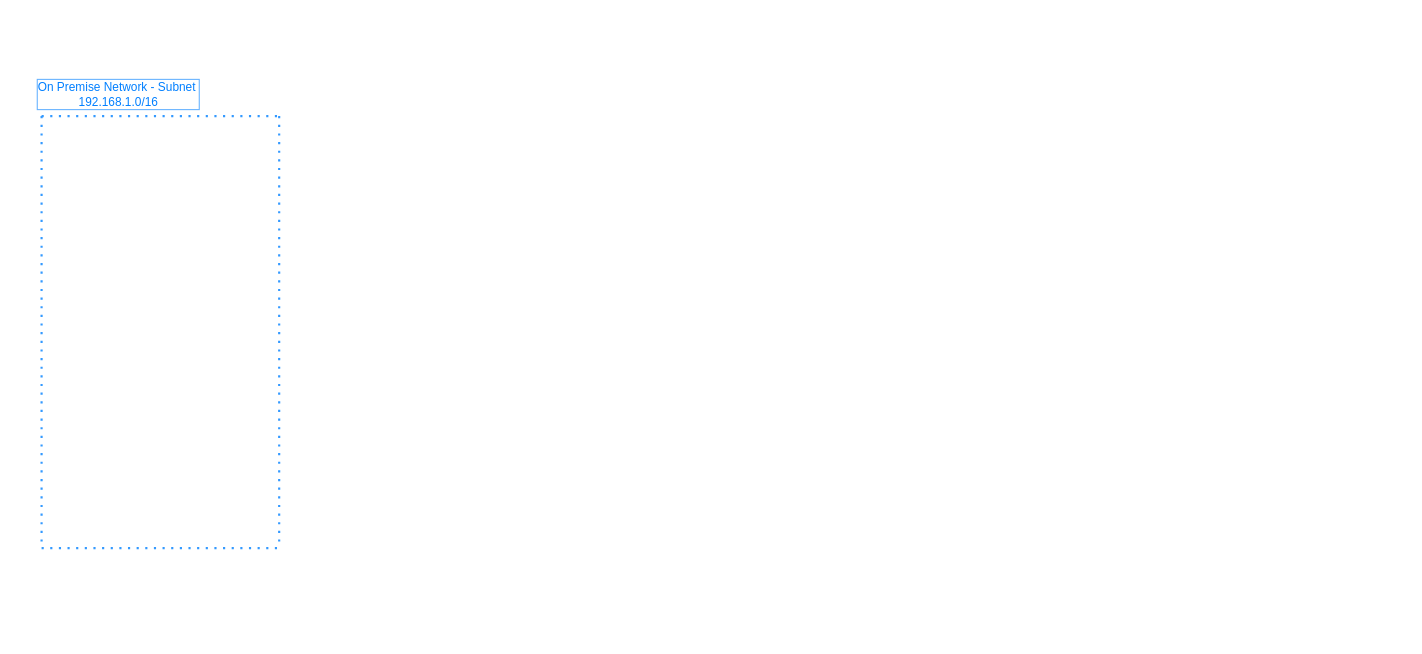
Above: assets/Untitled Diagram.drawio in AnkurMadaan/AnkurMadaan.github.io (draw.io), before the change. Source tidied: cells renumbered, new cells numbered last; positions are measured from the earlier drawing's top-left corner, leaving out a move shared by most shapes. Both pictures are drawn from the tidied source at 108%, with x=0, y=0 at pixel (41, 116). Pictures stored in the file or linked from it are replaced by grey dashed boxes.
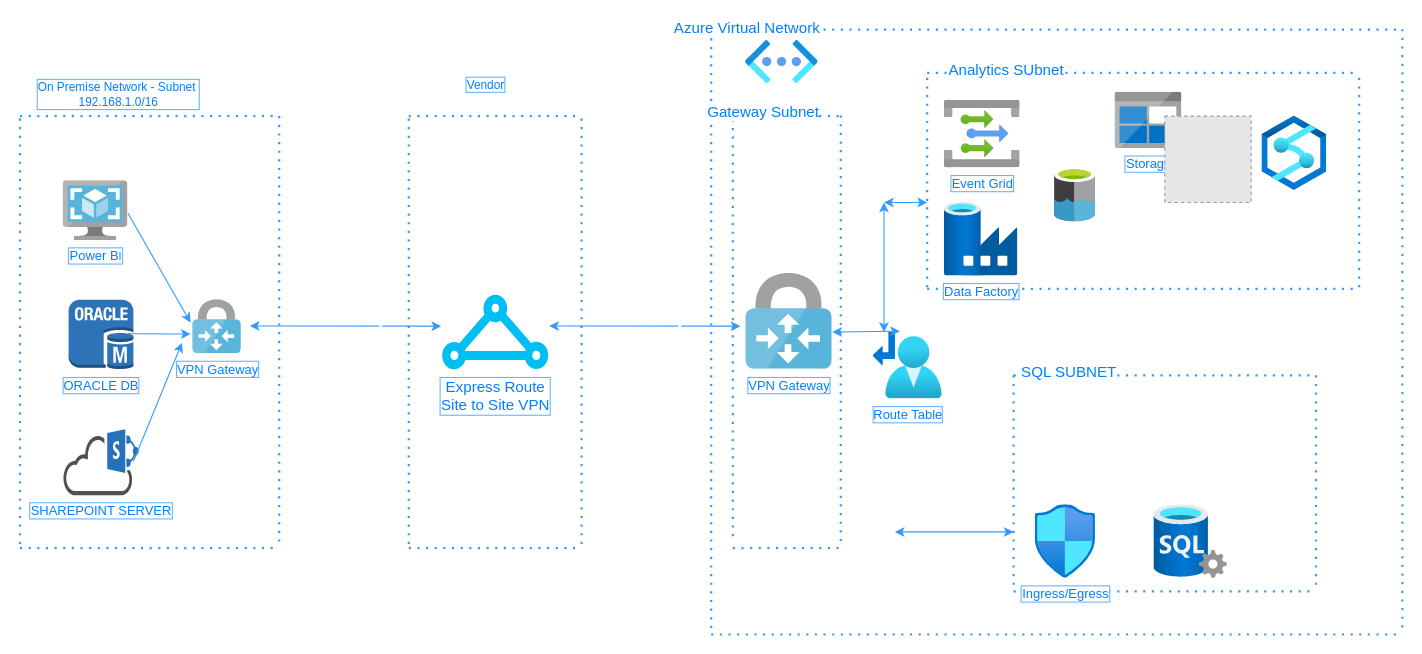
Above is the later version.

Change to the diagram source:
```diff
@@
     <mxCell id="2" style="endArrow=none;dashed=1;html=1;dashPattern=1 3;strokeWidth=2;rounded=0;strokeColor=#3399FF;" parent="1" edge="1">
       <mxGeometry relative="1" as="geometry">
-        <mxPoint as="sourcePoint" />
+        <mxPoint x="-20" as="sourcePoint" />
         <mxPoint x="220" as="targetPoint" />
       </mxGeometry>
     </mxCell>
     <mxCell id="3" style="endArrow=none;dashed=1;html=1;dashPattern=1 3;strokeWidth=2;rounded=0;strokeColor=#3399FF;" parent="1" edge="1">
       <mxGeometry relative="1" as="geometry">
-        <mxPoint as="sourcePoint" />
-        <mxPoint y="400" as="targetPoint" />
+        <mxPoint x="-20" y="2.2" as="sourcePoint" />
+        <mxPoint x="-20" y="402.2" as="targetPoint" />
       </mxGeometry>
     </mxCell>
@@
     <mxCell id="6" style="endArrow=none;dashed=1;html=1;dashPattern=1 3;strokeWidth=2;rounded=0;strokeColor=#3399FF;" parent="1" edge="1">
       <mxGeometry relative="1" as="geometry">
-        <mxPoint y="400" as="sourcePoint" />
+        <mxPoint x="-20" y="400" as="sourcePoint" />
         <mxPoint x="220" y="400" as="targetPoint" />
       </mxGeometry>
     </mxCell>
+    <mxCell id="7" value="ORACLE DB" style="dashed=0;verticalLabelPosition=bottom;verticalAlign=top;align=center;html=1;shape=mxgraph.aws3.oracle_db_instance;fillColor=#2E73B8;gradientColor=none;labelBorderColor=#66B2FF;fontColor=#007FFF;" parent="1" vertex="1">
+      <mxGeometry x="25" y="170" width="60" height="64.5" as="geometry" />
+    </mxCell>
+    <mxCell id="8" value="SHAREPOINT SERVER" style="sketch=0;shadow=0;dashed=0;html=1;strokeColor=none;fillColor=#505050;labelPosition=center;verticalLabelPosition=bottom;verticalAlign=top;align=center;shape=mxgraph.office.clouds.cloud_sharepoint;labelBorderColor=#66B2FF;fontColor=#007FFF;" parent="1" vertex="1">
+      <mxGeometry x="20" y="290" width="70" height="61" as="geometry" />
+    </mxCell>
+    <mxCell id="9" value="Power B&lt;font size=&quot;1&quot;&gt;I&lt;/font&gt;" style="sketch=0;html=1;align=center;image;fontSize=12;image=img/lib/mscae/VM_Images.svg;labelBorderColor=#66B2FF;fontColor=#007FFF;" parent="1" vertex="1">
+      <mxGeometry x="20" y="60" width="60" height="55.2" as="geometry" />
+    </mxCell>
+    <mxCell id="10" value="VPN Gateway" style="sketch=0;html=1;points=[];align=center;image;fontSize=12;image=img/lib/mscae/VPN_Gateway.svg;labelBorderColor=#66B2FF;fontColor=#007FFF;" parent="1" vertex="1">
+      <mxGeometry x="140" y="170" width="45" height="50" as="geometry" />
+    </mxCell>
+    <mxCell id="11" style="endArrow=none;dashed=1;html=1;dashPattern=1 3;strokeWidth=2;rounded=0;strokeColor=#3399FF;" parent="1" edge="1">
+      <mxGeometry relative="1" as="geometry">
+        <mxPoint x="340" y="2.2" as="sourcePoint" />
+        <mxPoint x="340" y="402.2" as="targetPoint" />
+      </mxGeometry>
+    </mxCell>
+    <mxCell id="12" style="endArrow=none;dashed=1;html=1;dashPattern=1 3;strokeWidth=2;rounded=0;strokeColor=#3399FF;" parent="1" edge="1">
+      <mxGeometry relative="1" as="geometry">
+        <mxPoint x="500" y="2.2" as="sourcePoint" />
+        <mxPoint x="500" y="402.2" as="targetPoint" />
+      </mxGeometry>
+    </mxCell>
+    <mxCell id="13" style="endArrow=none;dashed=1;html=1;dashPattern=1 3;strokeWidth=2;rounded=0;strokeColor=#3399FF;" parent="1" edge="1">
+      <mxGeometry relative="1" as="geometry">
+        <mxPoint x="340" y="400" as="sourcePoint" />
+        <mxPoint x="500" y="400" as="targetPoint" />
+      </mxGeometry>
+    </mxCell>
+    <mxCell id="14" style="endArrow=none;dashed=1;html=1;dashPattern=1 3;strokeWidth=2;rounded=0;strokeColor=#3399FF;" parent="1" edge="1">
+      <mxGeometry relative="1" as="geometry">
+        <mxPoint x="340" as="sourcePoint" />
+        <mxPoint x="500" as="targetPoint" />
+      </mxGeometry>
+    </mxCell>
+    <mxCell id="15" style="endArrow=classic;html=1;rounded=0;fontSize=14;fontColor=#007FFF;strokeColor=#3399FF;entryX=-0.047;entryY=0.422;entryDx=0;entryDy=0;entryPerimeter=0;" parent="1" edge="1" target="10">
+      <mxGeometry relative="1" as="geometry">
+        <mxPoint x="80" y="90" as="sourcePoint" />
+      </mxGeometry>
+    </mxCell>
+    <mxCell id="16" style="endArrow=classic;html=1;rounded=0;fontSize=14;fontColor=#007FFF;strokeColor=#3399FF;" parent="1" edge="1">
+      <mxGeometry relative="1" as="geometry">
+        <mxPoint x="80" y="201.6" as="sourcePoint" />
+        <mxPoint x="138" y="201.7" as="targetPoint" />
+      </mxGeometry>
+    </mxCell>
+    <mxCell id="17" style="endArrow=classic;html=1;rounded=0;fontSize=14;fontColor=#007FFF;strokeColor=#3399FF;" parent="1" edge="1">
+      <mxGeometry relative="1" as="geometry">
+        <mxPoint x="85" y="319.8" as="sourcePoint" />
+        <mxPoint x="130" y="210" as="targetPoint" />
+      </mxGeometry>
+    </mxCell>
+    <mxCell id="18" value="Vendor" style="edgeLabel;html=1;align=center;verticalAlign=middle;labelBorderColor=#66B2FF;fontColor=#007FFF;" parent="1" vertex="1">
+      <mxGeometry x="410" y="-30" as="geometry" />
+    </mxCell>
+    <mxCell id="19" value="Express Route&lt;br&gt;Site to Site VPN" style="verticalLabelPosition=bottom;html=1;verticalAlign=top;align=center;strokeColor=none;fillColor=#00BEF2;shape=mxgraph.azure.express_route;labelBorderColor=#66B2FF;fontSize=14;fontColor=#007FFF;" parent="1" vertex="1">
+      <mxGeometry x="370" y="164.5" width="100" height="70" as="geometry" />
+    </mxCell>
+    <mxCell id="20" style="endArrow=classic;startArrow=classic;html=1;rounded=0;fontSize=14;fontColor=#007FFF;strokeColor=#3399FF;entryX=-0.028;entryY=0.52;entryDx=0;entryDy=0;entryPerimeter=0;" parent="1" edge="1">
+      <mxGeometry relative="1" as="geometry">
+        <mxPoint x="192.8" y="194.3" as="sourcePoint" />
+        <mxPoint x="370" y="194.5" as="targetPoint" />
+      </mxGeometry>
+    </mxCell>
+    <mxCell id="21" value="&amp;nbsp;" style="edgeLabel;html=1;align=center;verticalAlign=middle;fontSize=14;fontColor=#007FFF;" parent="20" vertex="1">
+      <mxGeometry x="0.36" y="-2" relative="1" as="geometry">
+        <mxPoint x="1" as="offset" />
+      </mxGeometry>
+    </mxCell>
+    <mxCell id="22" style="endArrow=none;dashed=1;html=1;dashPattern=1 3;strokeWidth=2;rounded=0;strokeColor=#3399FF;" parent="1" edge="1">
+      <mxGeometry relative="1" as="geometry">
+        <mxPoint x="620" y="-80" as="sourcePoint" />
+        <mxPoint x="620" y="480" as="targetPoint" />
+      </mxGeometry>
+    </mxCell>
+    <mxCell id="23" style="endArrow=none;dashed=1;html=1;dashPattern=1 3;strokeWidth=2;rounded=0;strokeColor=#3399FF;" parent="1" edge="1">
+      <mxGeometry relative="1" as="geometry">
+        <mxPoint x="1260" y="-80.5" as="sourcePoint" />
+        <mxPoint x="1260" y="479.5" as="targetPoint" />
+      </mxGeometry>
+    </mxCell>
+    <mxCell id="24" style="endArrow=none;dashed=1;html=1;dashPattern=1 3;strokeWidth=2;rounded=0;strokeColor=#3399FF;" parent="1" edge="1">
+      <mxGeometry relative="1" as="geometry">
+        <mxPoint x="620" y="-80" as="sourcePoint" />
+        <mxPoint x="1260" y="-80" as="targetPoint" />
+      </mxGeometry>
+    </mxCell>
+    <mxCell id="25" value="Azure Virtual Network" style="edgeLabel;html=1;align=center;verticalAlign=middle;fontSize=14;fontColor=#007FFF;" parent="24" vertex="1">
+      <mxGeometry x="-0.9" y="2" relative="1" as="geometry" />
+    </mxCell>
+    <mxCell id="26" style="endArrow=none;dashed=1;html=1;dashPattern=1 3;strokeWidth=2;rounded=0;strokeColor=#3399FF;" parent="1" edge="1">
+      <mxGeometry relative="1" as="geometry">
+        <mxPoint x="620" y="480" as="sourcePoint" />
+        <mxPoint x="1260" y="480" as="targetPoint" />
+      </mxGeometry>
+    </mxCell>
+    <mxCell id="27" value="VPN Gateway" style="sketch=0;html=1;align=center;image;fontSize=12;image=img/lib/mscae/VPN_Gateway.svg;labelBorderColor=#66B2FF;fontColor=#007FFF;" parent="1" vertex="1">
+      <mxGeometry x="652.1" y="145.6" width="80" height="88.9" as="geometry" />
+    </mxCell>
+    <mxCell id="28" style="endArrow=classic;startArrow=classic;html=1;rounded=0;fontSize=14;fontColor=#007FFF;strokeColor=#3399FF;entryX=-0.028;entryY=0.52;entryDx=0;entryDy=0;entryPerimeter=0;" parent="1" edge="1">
+      <mxGeometry relative="1" as="geometry">
+        <mxPoint x="470" y="194.3" as="sourcePoint" />
+        <mxPoint x="647.2" y="194.5" as="targetPoint" />
+      </mxGeometry>
+    </mxCell>
+    <mxCell id="29" value="&amp;nbsp;" style="edgeLabel;html=1;align=center;verticalAlign=middle;fontSize=14;fontColor=#007FFF;" parent="28" vertex="1">
+      <mxGeometry x="0.36" y="-2" relative="1" as="geometry">
+        <mxPoint x="1" as="offset" />
+      </mxGeometry>
+    </mxCell>
+    <mxCell id="30" style="html=1;align=center;image;fontSize=12;image=img/lib/azure2/networking/Virtual_Networks_Classic.svg;labelBorderColor=#66B2FF;fontColor=#007FFF;" parent="1" vertex="1">
+      <mxGeometry x="652" y="-70" width="67" height="40" as="geometry" />
+    </mxCell>
+    <mxCell id="31" style="endArrow=none;dashed=1;html=1;dashPattern=1 3;strokeWidth=2;rounded=0;strokeColor=#3399FF;" parent="1" edge="1">
+      <mxGeometry relative="1" as="geometry">
+        <mxPoint x="640" y="-5" as="sourcePoint" />
+        <mxPoint x="640" y="395" as="targetPoint" />
+      </mxGeometry>
+    </mxCell>
+    <mxCell id="32" style="endArrow=none;dashed=1;html=1;dashPattern=1 3;strokeWidth=2;rounded=0;strokeColor=#3399FF;" parent="1" edge="1">
+      <mxGeometry relative="1" as="geometry">
+        <mxPoint x="640" y="400" as="sourcePoint" />
+        <mxPoint x="740" y="400" as="targetPoint" />
+      </mxGeometry>
+    </mxCell>
+    <mxCell id="33" style="endArrow=none;dashed=1;html=1;dashPattern=1 3;strokeWidth=2;rounded=0;strokeColor=#3399FF;" parent="1" edge="1">
+      <mxGeometry relative="1" as="geometry">
+        <mxPoint x="740" y="-0.5" as="sourcePoint" />
+        <mxPoint x="740" y="399.5" as="targetPoint" />
+      </mxGeometry>
+    </mxCell>
+    <mxCell id="34" style="endArrow=none;dashed=1;html=1;dashPattern=1 3;strokeWidth=2;rounded=0;strokeColor=#3399FF;" parent="1" edge="1">
+      <mxGeometry relative="1" as="geometry">
+        <mxPoint x="640" as="sourcePoint" />
+        <mxPoint x="740" as="targetPoint" />
+      </mxGeometry>
+    </mxCell>
+    <mxCell id="35" value="Gateway Subnet" style="edgeLabel;html=1;align=center;verticalAlign=middle;fontSize=14;fontColor=#007FFF;" parent="34" vertex="1">
+      <mxGeometry x="-0.47" y="5" relative="1" as="geometry" />
+    </mxCell>
+    <mxCell id="36" style="endArrow=none;dashed=1;html=1;dashPattern=1 3;strokeWidth=2;rounded=0;strokeColor=#3399FF;" parent="1" edge="1">
+      <mxGeometry relative="1" as="geometry">
+        <mxPoint x="900" y="240" as="sourcePoint" />
+        <mxPoint x="900" y="440" as="targetPoint" />
+      </mxGeometry>
+    </mxCell>
+    <mxCell id="37" style="endArrow=none;dashed=1;html=1;dashPattern=1 3;strokeWidth=2;rounded=0;strokeColor=#3399FF;" parent="1" edge="1">
+      <mxGeometry relative="1" as="geometry">
+        <mxPoint x="1180" y="240" as="sourcePoint" />
+        <mxPoint x="1180" y="440" as="targetPoint" />
+      </mxGeometry>
+    </mxCell>
+    <mxCell id="38" style="endArrow=none;dashed=1;html=1;dashPattern=1 3;strokeWidth=2;rounded=0;strokeColor=#3399FF;" parent="1" edge="1">
+      <mxGeometry relative="1" as="geometry">
+        <mxPoint x="900" y="440" as="sourcePoint" />
+        <mxPoint x="1180" y="440" as="targetPoint" />
+      </mxGeometry>
+    </mxCell>
+    <mxCell id="39" style="endArrow=none;dashed=1;html=1;dashPattern=1 3;strokeWidth=2;rounded=0;strokeColor=#3399FF;" parent="1" edge="1">
+      <mxGeometry relative="1" as="geometry">
+        <mxPoint x="900" y="240" as="sourcePoint" />
+        <mxPoint x="1180" y="240" as="targetPoint" />
+      </mxGeometry>
+    </mxCell>
+    <mxCell id="40" value="SQL SUBNET" style="edgeLabel;html=1;align=center;verticalAlign=middle;fontSize=14;fontColor=#007FFF;" parent="39" vertex="1">
+      <mxGeometry x="-0.64" y="4" relative="1" as="geometry" />
+    </mxCell>
+    <mxCell id="41" style="endArrow=none;dashed=1;html=1;dashPattern=1 3;strokeWidth=2;rounded=0;strokeColor=#3399FF;" parent="1" edge="1">
+      <mxGeometry relative="1" as="geometry">
+        <mxPoint x="820" y="-40" as="sourcePoint" />
+        <mxPoint x="1220" y="-40" as="targetPoint" />
+      </mxGeometry>
+    </mxCell>
+    <mxCell id="42" value="Analytics SUbnet" style="edgeLabel;html=1;align=center;verticalAlign=middle;fontSize=14;fontColor=#007FFF;" parent="41" vertex="1">
+      <mxGeometry x="-0.64" y="4" relative="1" as="geometry" />
+    </mxCell>
+    <mxCell id="43" style="endArrow=none;dashed=1;html=1;dashPattern=1 3;strokeWidth=2;rounded=0;strokeColor=#3399FF;" parent="1" edge="1">
+      <mxGeometry relative="1" as="geometry">
+        <mxPoint x="820" y="160" as="sourcePoint" />
+        <mxPoint x="1220" y="160" as="targetPoint" />
+      </mxGeometry>
+    </mxCell>
+    <mxCell id="44" style="endArrow=none;dashed=1;html=1;dashPattern=1 3;strokeWidth=2;rounded=0;strokeColor=#3399FF;" parent="1" edge="1">
+      <mxGeometry relative="1" as="geometry">
+        <mxPoint x="820" y="-35.5" as="sourcePoint" />
+        <mxPoint x="820" y="164.5" as="targetPoint" />
+      </mxGeometry>
+    </mxCell>
+    <mxCell id="45" style="endArrow=none;dashed=1;html=1;dashPattern=1 3;strokeWidth=2;rounded=0;strokeColor=#3399FF;" parent="1" edge="1">
+      <mxGeometry relative="1" as="geometry">
+        <mxPoint x="1220" y="-35.5" as="sourcePoint" />
+        <mxPoint x="1220" y="164.5" as="targetPoint" />
+      </mxGeometry>
+    </mxCell>
+    <mxCell id="46" value="Ingress/Egress" style="html=1;align=center;image;fontSize=12;image=img/lib/azure2/networking/Network_Security_Groups.svg;labelBorderColor=#66B2FF;fontColor=#007FFF;" parent="1" vertex="1">
+      <mxGeometry x="920" y="360" width="56" height="68" as="geometry" />
+    </mxCell>
+    <mxCell id="47" style="html=1;align=center;image;fontSize=12;image=img/lib/azure2/databases/SQL_Server.svg;labelBorderColor=#66B2FF;fontColor=#007FFF;" parent="1" vertex="1">
+      <mxGeometry x="1030" y="360" width="68" height="68" as="geometry" />
+    </mxCell>
+    <mxCell id="48" value="Route Table" style="html=1;points=[];align=center;image;fontSize=12;image=img/lib/azure2/networking/Route_Tables.svg;labelBorderColor=#66B2FF;fontColor=#007FFF;" parent="1" vertex="1">
+      <mxGeometry x="770" y="200" width="64" height="62" as="geometry" />
+    </mxCell>
+    <mxCell id="49" value="Storage" style="sketch=0;html=1;align=center;image;fontSize=12;image=img/lib/mscae/BlobBlock.svg;labelBorderColor=#66B2FF;fontColor=#007FFF;" parent="1" vertex="1">
+      <mxGeometry x="994" y="-22" width="61.9" height="52" as="geometry" />
+    </mxCell>
+    <mxCell id="50" value="Data Factory" style="html=1;align=center;image;fontSize=12;image=img/lib/azure2/databases/Data_Factory.svg;labelBorderColor=#66B2FF;fontColor=#007FFF;" parent="1" vertex="1">
+      <mxGeometry x="836" y="80" width="68" height="68" as="geometry" />
+    </mxCell>
+    <mxCell id="51" value="Event Grid" style="html=1;align=center;image;fontSize=12;image=img/lib/azure2/integration/Event_Grid_Topics.svg;labelBorderColor=#66B2FF;fontColor=#007FFF;" parent="1" vertex="1">
+      <mxGeometry x="836" y="-14.7" width="70" height="62.7" as="geometry" />
+    </mxCell>
+    <mxCell id="52" style="fillColor=#E6E6E6;strokeColor=#999999;dashed=1;html=1;verticalAlign=top;verticalLabelPosition=bottom;labelBackgroundColor=#ffffff;fontSize=14;fontColor=#007FFF;" parent="1" vertex="1">
+      <mxGeometry x="1040" width="80" height="80" as="geometry" />
+    </mxCell>
+    <mxCell id="53" style="endArrow=classic;startArrow=classic;html=1;rounded=0;fontSize=14;fontColor=#007FFF;strokeColor=#3399FF;entryX=0.387;entryY=-0.014;entryDx=0;entryDy=0;entryPerimeter=0;" parent="1" edge="1" target="48">
+      <mxGeometry relative="1" as="geometry">
+        <mxPoint x="732.1" y="200" as="sourcePoint" />
+      </mxGeometry>
+    </mxCell>
+    <mxCell id="54" style="endArrow=classic;startArrow=classic;html=1;rounded=0;fontSize=14;fontColor=#007FFF;strokeColor=#3399FF;" parent="1" edge="1">
+      <mxGeometry relative="1" as="geometry">
+        <mxPoint x="780" y="80" as="sourcePoint" />
+        <mxPoint x="820" y="80" as="targetPoint" />
+      </mxGeometry>
+    </mxCell>
+    <mxCell id="55" style="endArrow=classic;startArrow=classic;html=1;rounded=0;fontSize=14;fontColor=#007FFF;strokeColor=#3399FF;" parent="1" edge="1">
+      <mxGeometry relative="1" as="geometry">
+        <mxPoint x="780" y="200" as="sourcePoint" />
+        <mxPoint x="780" y="80" as="targetPoint" />
+      </mxGeometry>
+    </mxCell>
+    <mxCell id="56" style="endArrow=classic;startArrow=classic;html=1;rounded=0;fontSize=14;fontColor=#007FFF;strokeColor=#3399FF;" parent="1" edge="1">
+      <mxGeometry relative="1" as="geometry">
+        <mxPoint x="900" y="385" as="sourcePoint" />
+        <mxPoint x="790" y="385" as="targetPoint" />
+      </mxGeometry>
+    </mxCell>
+    <mxCell id="57" style="html=1;align=center;image;fontSize=12;image=img/lib/azure2/analytics/Azure_Synapse_Analytics.svg;labelBorderColor=#66B2FF;fontColor=#007FFF;" parent="1" vertex="1">
+      <mxGeometry x="1130" width="60" height="69" as="geometry" />
+    </mxCell>
+    <mxCell id="58" style="sketch=0;html=1;align=center;image;fontSize=12;image=img/lib/mscae/Data_Lake.svg;labelBorderColor=#66B2FF;fontColor=#007FFF;" parent="1" vertex="1">
+      <mxGeometry x="938" y="48" width="38" height="50" as="geometry" />
+    </mxCell>
```
